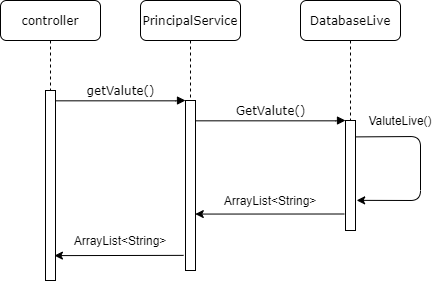
The draw.io diagram UML/getValute.png in abbru-matte/OOPproj, before a commit. Source tidied: cells renumbered, new cells last; positions are measured from the earlier drawing's top-left corner, leaving out a move shared by most shapes.
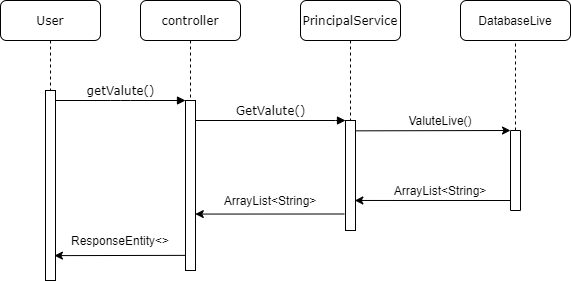
The same diagram one commit later.

What changed in the source:
```diff
@@ -2,27 +2,19 @@
   <root>
     <mxCell id="0" />
     <mxCell id="1" parent="0" />
-    <mxCell id="2" value="PrincipalService" style="shape=umlLifeline;perimeter=lifelinePerimeter;whiteSpace=wrap;html=1;rounded=1;shadow=0;comic=0;labelBackgroundColor=none;strokeWidth=1;fontFamily=Verdana;fontSize=12;align=center;" parent="1" vertex="1">
+    <mxCell id="2" value="controller" style="shape=umlLifeline;perimeter=lifelinePerimeter;whiteSpace=wrap;html=1;rounded=1;shadow=0;comic=0;labelBackgroundColor=none;strokeWidth=1;fontFamily=Verdana;fontSize=12;align=center;" parent="1" vertex="1">
       <mxGeometry x="140" width="100" height="270" as="geometry" />
     </mxCell>
     <mxCell id="3" style="html=1;points=[];perimeter=orthogonalPerimeter;rounded=0;shadow=0;comic=0;labelBackgroundColor=none;strokeWidth=1;fontFamily=Verdana;fontSize=12;align=center;" parent="2" vertex="1">
       <mxGeometry x="45" y="100" width="10" height="170" as="geometry" />
     </mxCell>
-    <mxCell id="4" value="DatabaseLive" style="shape=umlLifeline;perimeter=lifelinePerimeter;whiteSpace=wrap;html=1;rounded=1;shadow=0;comic=0;labelBackgroundColor=none;strokeWidth=1;fontFamily=Verdana;fontSize=12;align=center;" parent="1" vertex="1">
+    <mxCell id="4" value="PrincipalService" style="shape=umlLifeline;perimeter=lifelinePerimeter;whiteSpace=wrap;html=1;rounded=1;shadow=0;comic=0;labelBackgroundColor=none;strokeWidth=1;fontFamily=Verdana;fontSize=12;align=center;" parent="1" vertex="1">
       <mxGeometry x="300" width="100" height="230" as="geometry" />
     </mxCell>
     <mxCell id="5" style="html=1;points=[];perimeter=orthogonalPerimeter;rounded=0;shadow=0;comic=0;labelBackgroundColor=none;strokeWidth=1;fontFamily=Verdana;fontSize=12;align=center;" parent="4" vertex="1">
       <mxGeometry x="45" y="120" width="10" height="110" as="geometry" />
     </mxCell>
-    <mxCell id="6" style="endArrow=classic;html=1;exitX=1.067;exitY=0.149;exitDx=0;exitDy=0;exitPerimeter=0;entryX=1.114;entryY=0.726;entryDx=0;entryDy=0;entryPerimeter=0;" parent="4" edge="1" source="5" target="5">
-      <mxGeometry relative="1" as="geometry">
-        <Array as="points">
-          <mxPoint x="120" y="136" />
-          <mxPoint x="120" y="200" />
-        </Array>
-      </mxGeometry>
-    </mxCell>
-    <mxCell id="7" value="controller" style="shape=umlLifeline;perimeter=lifelinePerimeter;whiteSpace=wrap;html=1;rounded=1;shadow=0;comic=0;labelBackgroundColor=none;strokeWidth=1;fontFamily=Verdana;fontSize=12;align=center;" parent="1" vertex="1">
+    <mxCell id="7" value="User" style="shape=umlLifeline;perimeter=lifelinePerimeter;whiteSpace=wrap;html=1;rounded=1;shadow=0;comic=0;labelBackgroundColor=none;strokeWidth=1;fontFamily=Verdana;fontSize=12;align=center;" parent="1" vertex="1">
       <mxGeometry width="100" height="280" as="geometry" />
     </mxCell>
     <mxCell id="8" style="html=1;points=[];perimeter=orthogonalPerimeter;rounded=0;shadow=0;comic=0;labelBackgroundColor=none;strokeWidth=1;fontFamily=Verdana;fontSize=12;align=center;" parent="7" vertex="1">
@@ -37,17 +29,35 @@
     <mxCell id="11" style="endArrow=classic;html=1;exitX=-0.124;exitY=0.85;exitDx=0;exitDy=0;exitPerimeter=0;entryX=0.979;entryY=0.668;entryDx=0;entryDy=0;entryPerimeter=0;" parent="1" edge="1" source="5" target="3">
       <mxGeometry relative="1" as="geometry" />
     </mxCell>
-    <mxCell id="12" style="endArrow=classic;html=1;exitX=-0.193;exitY=0.911;exitDx=0;exitDy=0;exitPerimeter=0;entryX=0.891;entryY=0.869;entryDx=0;entryDy=0;entryPerimeter=0;" parent="1" edge="1" source="3" target="8">
+    <mxCell id="12" style="endArrow=classic;html=1;exitX=-0.023;exitY=0.911;exitDx=0;exitDy=0;exitPerimeter=0;entryX=0.891;entryY=0.869;entryDx=0;entryDy=0;entryPerimeter=0;" parent="1" edge="1" source="3" target="8">
       <mxGeometry relative="1" as="geometry" />
     </mxCell>
     <mxCell id="13" value="ArrayList&amp;lt;String&amp;gt;" style="text;html=1;strokeColor=none;fillColor=none;align=center;verticalAlign=middle;whiteSpace=wrap;rounded=0;" parent="1" vertex="1">
       <mxGeometry x="250" y="190" width="40" height="20" as="geometry" />
     </mxCell>
-    <mxCell id="14" value="ArrayList&amp;lt;String&amp;gt;" style="text;html=1;strokeColor=none;fillColor=none;align=center;verticalAlign=middle;whiteSpace=wrap;rounded=0;" parent="1" vertex="1">
+    <mxCell id="14" value="ResponseEntity&amp;lt;&amp;gt;" style="text;html=1;strokeColor=none;fillColor=none;align=center;verticalAlign=middle;whiteSpace=wrap;rounded=0;" parent="1" vertex="1">
       <mxGeometry x="100" y="230" width="40" height="20" as="geometry" />
     </mxCell>
+    <mxCell id="16" value="DatabaseLive" style="rounded=1;whiteSpace=wrap;html=1;" parent="1" vertex="1">
+      <mxGeometry x="460" width="110" height="40" as="geometry" />
+    </mxCell>
+    <mxCell id="17" style="endArrow=none;dashed=1;html=1;entryX=0.5;entryY=1;entryDx=0;entryDy=0;" parent="1" edge="1" source="18" target="16">
+      <mxGeometry relative="1" as="geometry" />
+    </mxCell>
+    <mxCell id="18" style="rounded=0;whiteSpace=wrap;html=1;direction=south;" parent="1" vertex="1">
+      <mxGeometry x="510" y="130" width="10" height="80" as="geometry" />
+    </mxCell>
+    <mxCell id="19" style="endArrow=classic;html=1;exitX=1;exitY=0.094;exitDx=0;exitDy=0;exitPerimeter=0;entryX=0;entryY=1;entryDx=0;entryDy=0;" parent="1" edge="1" source="5" target="18">
+      <mxGeometry relative="1" as="geometry" />
+    </mxCell>
+    <mxCell id="20" style="endArrow=classic;html=1;exitX=0.875;exitY=1;exitDx=0;exitDy=0;exitPerimeter=0;entryX=0.933;entryY=0.727;entryDx=0;entryDy=0;entryPerimeter=0;" parent="1" edge="1" source="18" target="5">
+      <mxGeometry relative="1" as="geometry" />
+    </mxCell>
     <mxCell id="15" value="ValuteLive()" style="text;html=1;strokeColor=none;fillColor=none;align=center;verticalAlign=middle;whiteSpace=wrap;rounded=0;" parent="1" vertex="1">
-      <mxGeometry x="380" y="110" width="40" height="20" as="geometry" />
+      <mxGeometry x="420" y="110" width="40" height="20" as="geometry" />
     </mxCell>
+    <mxCell id="21" value="ArrayList&amp;lt;String&amp;gt;" style="text;html=1;strokeColor=none;fillColor=none;align=center;verticalAlign=middle;whiteSpace=wrap;rounded=0;" parent="1" vertex="1">
+      <mxGeometry x="420" y="180" width="40" height="20" as="geometry" />
+    </mxCell>
   </root>
 </mxGraphModel>
```
